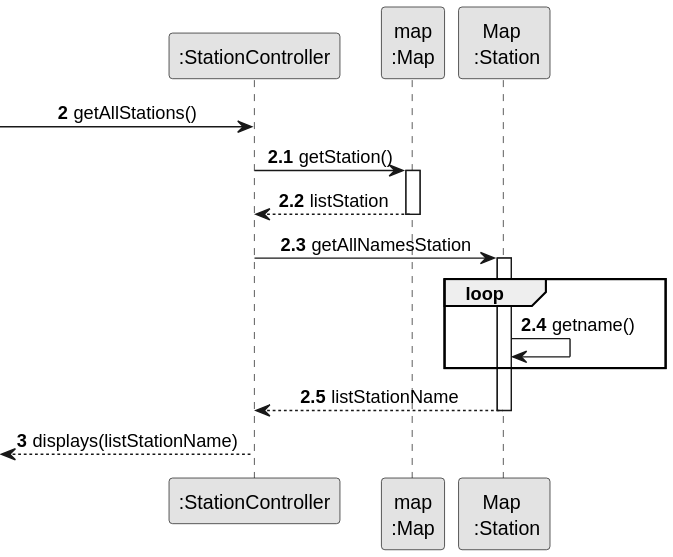
1240826/empire-on-tracks keeps this PlantUML diagram as docs/system-documentation/US007/03.design/svg/US007-SD-partial-get-all-stations.svg. Above is the earlier version.
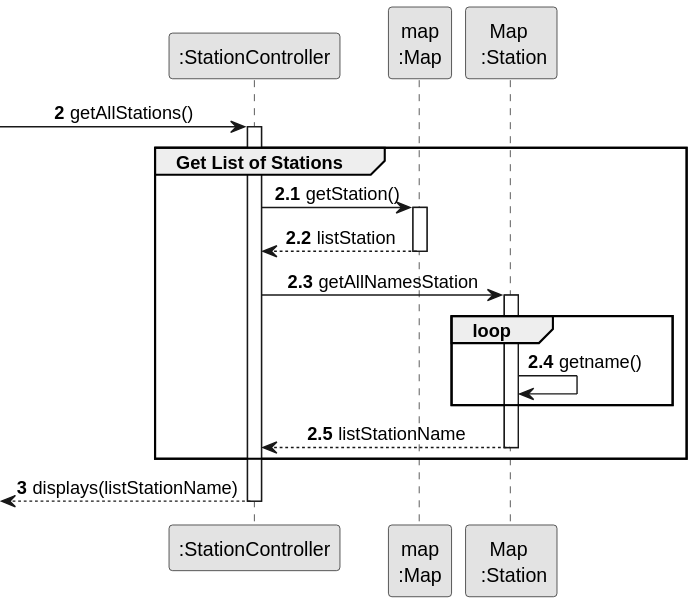
The same diagram one commit later.

The edit, as a diff of the source:
```diff
@@ -8,8 +8,11 @@
 participant ":StationController" as CTRL
 participant "map\n:Map" as REPOS
 participant "Map \n :Station" as REPOS_SINGLETON
+
 -> CTRL : getAllStations()
+activate CTRL
 autonumber 2.1
+group Get List of Stations
 CTRL -> REPOS : getStation()
 activate REPOS
 REPOS --> CTRL: listStation
@@ -22,6 +25,9 @@
 end
 REPOS_SINGLETON --> CTRL: listStationName
 deactivate REPOS_SINGLETON
+end
 autonumber 3
+
 <-- CTRL: displays(listStationName)
+deactivate CTRL
 @enduml
```
